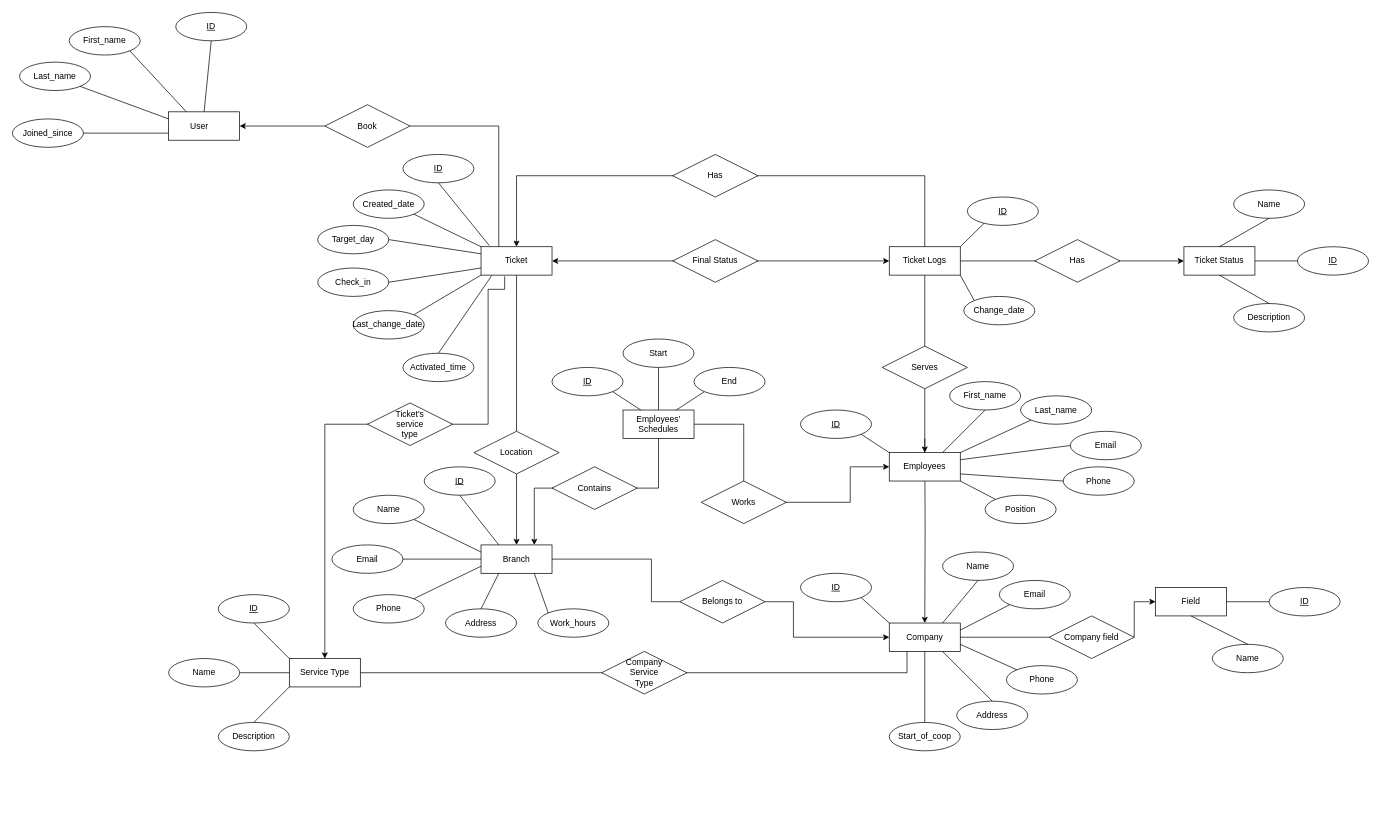
The draw.io diagram newesy vers.drawio in MovsisyanM/DB-Queues, before the edit. Source tidied: cells renumbered, new cells numbered last; positions are measured from the earlier drawing's top-left corner, leaving out a move shared by most shapes. Both pictures are drawn from the tidied source at 71%, with x=0, y=0 at pixel (12, 12).
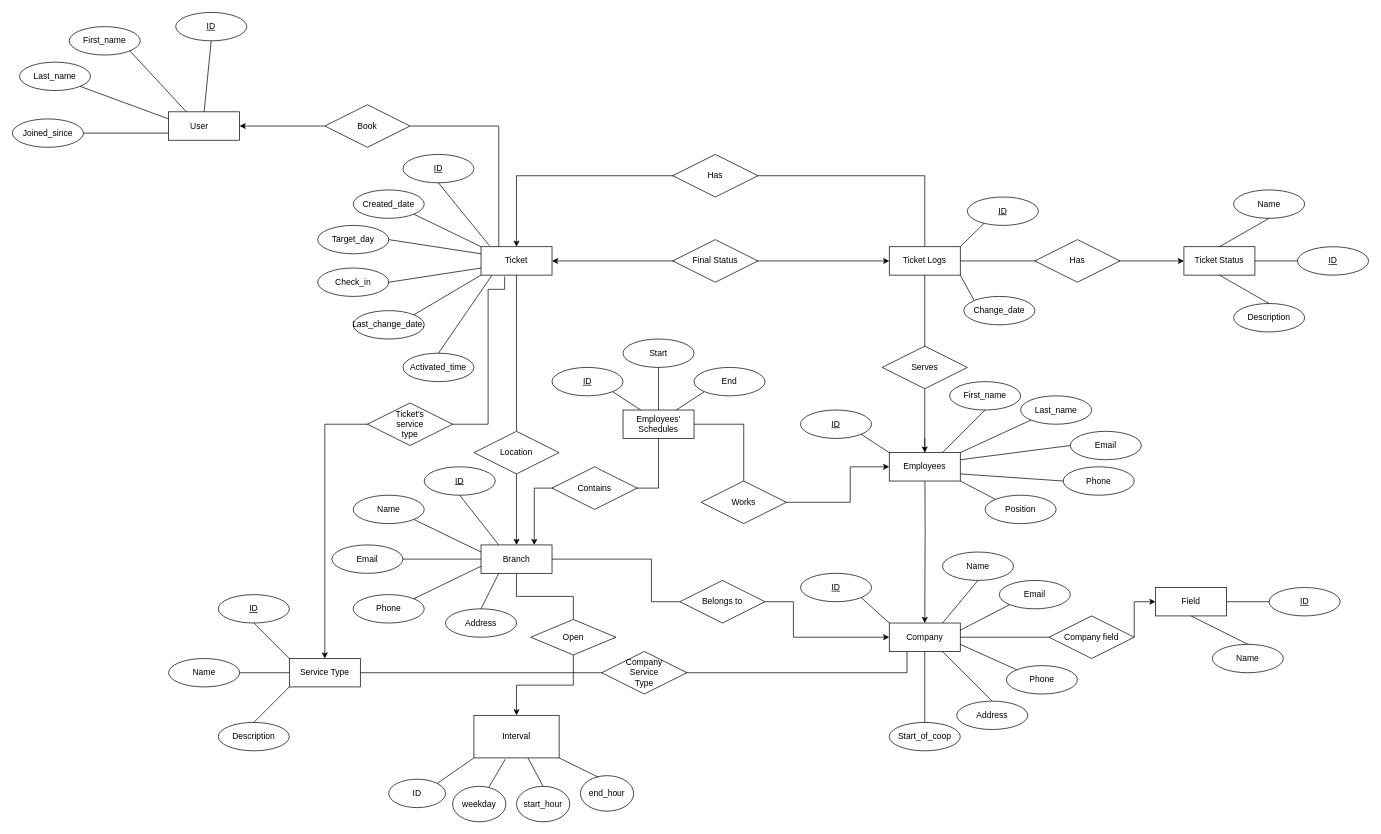
The same diagram, later.

Commit message:
Added entity Interval, relationship Open

Unchanged cells that the change refers to:
```xml
<mxCell id="23" value="Branch" style="whiteSpace=wrap;html=1;align=center;" parent="1" vertex="1">
  <mxGeometry x="660" y="750" width="100" height="40" as="geometry" />
</mxCell>
```

What changed in the source:
```diff
@@
+    <mxCell id="124" style="edgeStyle=orthogonalEdgeStyle;rounded=0;jettySize=auto;html=1;entryX=0.5;entryY=0;entryDx=0;entryDy=0;strokeColor=default;endArrow=none;endFill=0;" parent="1" edge="1" source="23" target="135">
+      <mxGeometry relative="1" as="geometry" />
+    </mxCell>
@@
-    <mxCell id="68" value="Work_hours" style="ellipse;whiteSpace=wrap;html=1;align=center;" parent="1" vertex="1">
-      <mxGeometry x="740" y="840" width="100" height="40" as="geometry" />
-    </mxCell>
@@
-    <mxCell id="74" style="endArrow=none;html=1;rounded=0;exitX=0;exitY=0;exitDx=0;exitDy=0;entryX=0.75;entryY=1;entryDx=0;entryDy=0;" parent="1" edge="1" source="68" target="23">
-      <mxGeometry relative="1" as="geometry" />
-    </mxCell>
@@
+    <mxCell id="125" value="Interval" style="rounded=0;whiteSpace=wrap;html=1;" parent="1" vertex="1">
+      <mxGeometry x="650" y="990" width="120" height="60" as="geometry" />
+    </mxCell>
+    <mxCell id="126" value="&lt;div&gt;ID&lt;/div&gt;" style="ellipse;whiteSpace=wrap;html=1;" parent="1" vertex="1">
+      <mxGeometry x="530" y="1080" width="80" height="40" as="geometry" />
+    </mxCell>
+    <mxCell id="127" style="endArrow=none;html=1;rounded=0;exitX=0.367;exitY=1.033;exitDx=0;exitDy=0;exitPerimeter=0;" parent="1" edge="1" source="125" target="129">
+      <mxGeometry relative="1" as="geometry" />
+    </mxCell>
+    <mxCell id="128" style="endArrow=none;html=1;rounded=0;exitX=1;exitY=0;exitDx=0;exitDy=0;entryX=0;entryY=1;entryDx=0;entryDy=0;" parent="1" edge="1" source="126" target="125">
+      <mxGeometry relative="1" as="geometry" />
+    </mxCell>
+    <mxCell id="129" value="weekday" style="ellipse;whiteSpace=wrap;html=1;" parent="1" vertex="1">
+      <mxGeometry x="620" y="1090" width="75" height="50" as="geometry" />
+    </mxCell>
+    <mxCell id="130" value="start_hour" style="ellipse;whiteSpace=wrap;html=1;" parent="1" vertex="1">
+      <mxGeometry x="710" y="1090" width="75" height="50" as="geometry" />
+    </mxCell>
+    <mxCell id="131" value="end_hour" style="ellipse;whiteSpace=wrap;html=1;" parent="1" vertex="1">
+      <mxGeometry x="800" y="1075" width="75" height="50" as="geometry" />
+    </mxCell>
+    <mxCell id="132" style="endArrow=none;html=1;rounded=0;exitX=0.5;exitY=0;exitDx=0;exitDy=0;" parent="1" edge="1" source="130" target="125">
+      <mxGeometry relative="1" as="geometry" />
+    </mxCell>
+    <mxCell id="133" style="endArrow=none;html=1;rounded=0;exitX=0.333;exitY=0.04;exitDx=0;exitDy=0;exitPerimeter=0;entryX=1;entryY=1;entryDx=0;entryDy=0;" parent="1" edge="1" source="131" target="125">
+      <mxGeometry relative="1" as="geometry" />
+    </mxCell>
+    <mxCell id="134" style="edgeStyle=orthogonalEdgeStyle;rounded=0;jettySize=auto;html=1;exitX=0.5;exitY=1;exitDx=0;exitDy=0;entryX=0.5;entryY=0;entryDx=0;entryDy=0;" parent="1" edge="1" source="135" target="125">
+      <mxGeometry relative="1" as="geometry" />
+    </mxCell>
+    <mxCell id="135" value="&lt;div&gt;Open&lt;/div&gt;" style="rhombus;whiteSpace=wrap;html=1;" parent="1" vertex="1">
+      <mxGeometry x="730" y="855" width="120" height="50" as="geometry" />
+    </mxCell>
```
